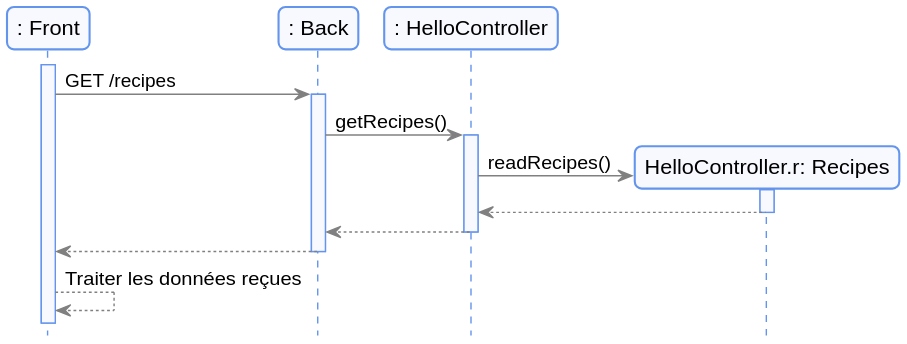
Earlier version of the PlantUML export docs/diagram/out/recipes.svg (romainvacheret/wadge-backend).
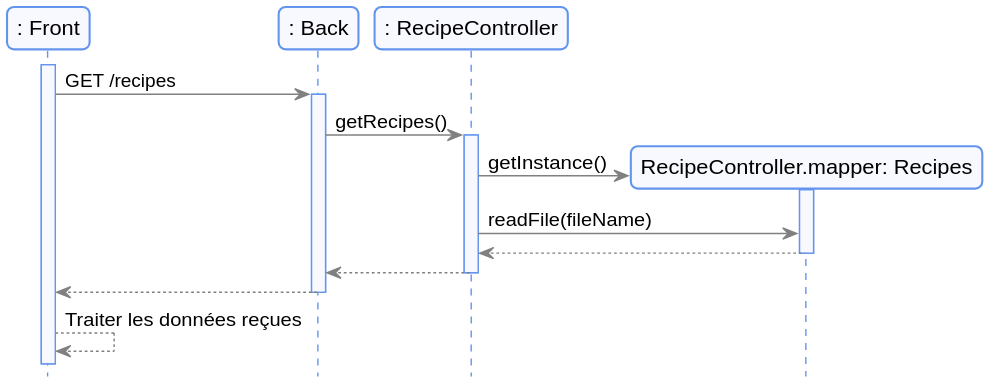
The same file after the commit.

Commit message:
docs: update diagrams to match the new recipes' structure

What changed in the source:
```diff
@@ -3,20 +3,21 @@
 
     participant ": Front" as ft
     participant ": Back" as bk
-    participant ": HelloController" as hc
+    participant ": RecipeController" as rc
 
     activate ft
     ft -> bk : GET /recipes
     activate bk
-    bk -> hc : getRecipes()
-    activate hc
-    create "HelloController.r: Recipes" as r
-    hc -> r : readRecipes()
-    activate r
-    r --> hc
-    deactivate r
-    hc --> bk
-    deactivate hc
+    bk -> rc : getRecipes()
+    activate rc
+    create "RecipeController.mapper: Recipes" as m
+    rc -> m : getInstance()
+    activate m
+    rc -> m : readFile(fileName)
+    m --> rc
+    deactivate m
+    rc --> bk
+    deactivate rc
     bk --> ft
     deactivate bk
     ft <-- ft: Traiter les données reçues
```
